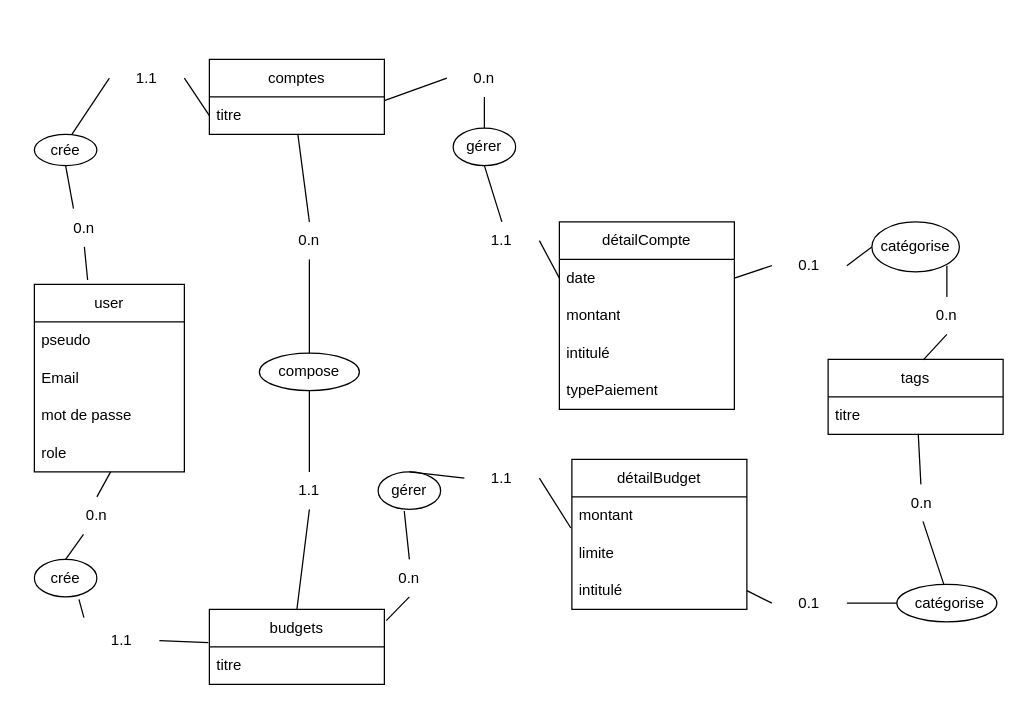
Before: api/doc/mcd-mld-mpd/mcd.drawio in johanrechtenstein/LaPince, a draw.io diagram. Source tidied: cells renumbered, new cells numbered last; positions are measured from the earlier drawing's top-left corner, leaving out a move shared by most shapes. Both pictures are drawn from the tidied source at 125%, with x=0, y=0 at pixel (34, 59).
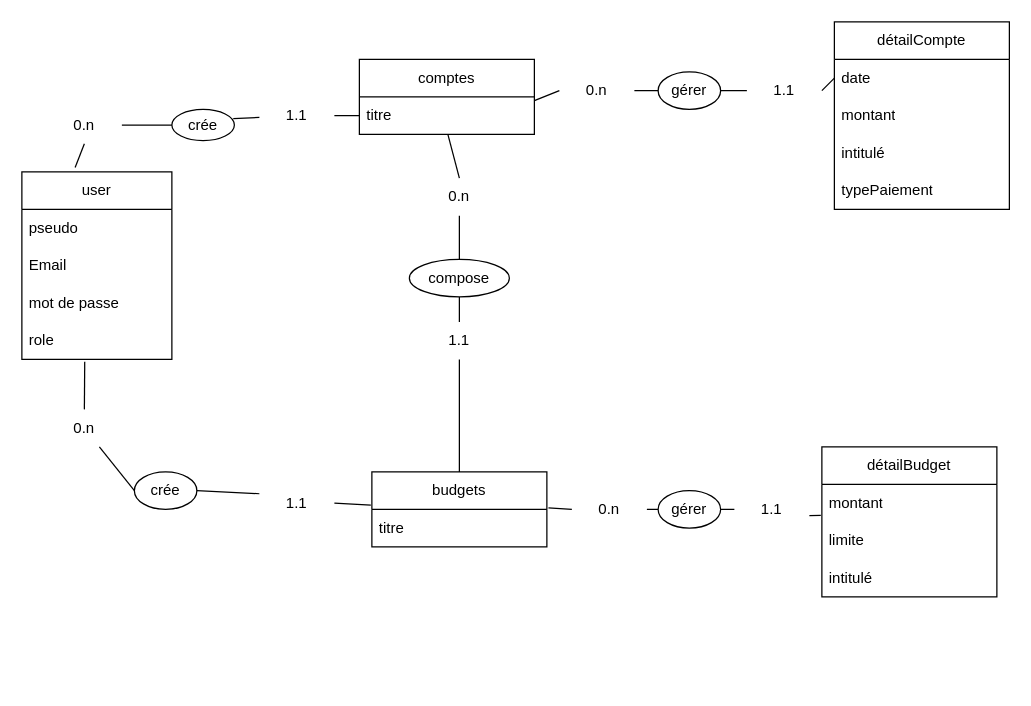
The same page after the edit.

The change refers to these unchanged cells:
```xml
<mxCell id="8" value="role" style="text;strokeColor=none;fillColor=none;align=left;verticalAlign=middle;spacingLeft=4;spacingRight=4;overflow=hidden;points=[[0,0.5],[1,0.5]];portConstraint=eastwest;whiteSpace=wrap;html=1;" parent="4" vertex="1">
  <mxGeometry y="120" width="120" height="30" as="geometry" />
</mxCell>
<mxCell id="12" value="titre" style="text;strokeColor=none;fillColor=none;align=left;verticalAlign=middle;spacingLeft=4;spacingRight=4;overflow=hidden;points=[[0,0.5],[1,0.5]];portConstraint=eastwest;whiteSpace=wrap;html=1;" parent="11" vertex="1">
  <mxGeometry y="30" width="140" height="30" as="geometry" />
</mxCell>
<mxCell id="14" value="date" style="text;strokeColor=none;fillColor=none;align=left;verticalAlign=middle;spacingLeft=4;spacingRight=4;overflow=hidden;points=[[0,0.5],[1,0.5]];portConstraint=eastwest;whiteSpace=wrap;html=1;" parent="13" vertex="1">
  <mxGeometry y="30" width="140" height="30" as="geometry" />
</mxCell>
<mxCell id="19" value="montant" style="text;strokeColor=none;fillColor=none;align=left;verticalAlign=middle;spacingLeft=4;spacingRight=4;overflow=hidden;points=[[0,0.5],[1,0.5]];portConstraint=eastwest;whiteSpace=wrap;html=1;" parent="18" vertex="1">
  <mxGeometry y="30" width="140" height="30" as="geometry" />
</mxCell>
<mxCell id="21" value="intitulé" style="text;strokeColor=none;fillColor=none;align=left;verticalAlign=middle;spacingLeft=4;spacingRight=4;overflow=hidden;points=[[0,0.5],[1,0.5]];portConstraint=eastwest;whiteSpace=wrap;html=1;" parent="18" vertex="1">
  <mxGeometry y="90" width="140" height="30" as="geometry" />
</mxCell>
```

What changed in the source:
```diff
@@
-    <mxCell id="2" value="tags" style="swimlane;fontStyle=0;horizontal=1;startSize=30;whiteSpace=wrap;html=1;" parent="1" vertex="1">
-      <mxGeometry x="635" y="240" width="140" height="60" as="geometry" />
-    </mxCell>
-    <mxCell id="3" value="titre" style="text;strokeColor=none;fillColor=none;align=left;verticalAlign=middle;spacingLeft=4;spacingRight=4;overflow=hidden;points=[[0,0.5],[1,0.5]];portConstraint=eastwest;whiteSpace=wrap;html=1;" parent="2" vertex="1">
-      <mxGeometry y="30" width="140" height="30" as="geometry" />
-    </mxCell>
     <mxCell id="4" value="user" style="swimlane;fontStyle=0;horizontal=1;startSize=30;whiteSpace=wrap;html=1;" parent="1" vertex="1">
-      <mxGeometry y="180" width="120" height="150" as="geometry" />
+      <mxGeometry x="-10" y="90" width="120" height="150" as="geometry" />
     </mxCell>
@@
     <mxCell id="9" value="comptes" style="swimlane;fontStyle=0;horizontal=1;startSize=30;whiteSpace=wrap;html=1;" parent="1" vertex="1">
-      <mxGeometry x="140" width="140" height="60" as="geometry" />
+      <mxGeometry x="260" width="140" height="60" as="geometry" />
     </mxCell>
@@
     <mxCell id="11" value="budgets" style="swimlane;fontStyle=0;horizontal=1;startSize=30;whiteSpace=wrap;html=1;" parent="1" vertex="1">
-      <mxGeometry x="140" y="440" width="140" height="60" as="geometry" />
+      <mxGeometry x="270" y="330" width="140" height="60" as="geometry" />
     </mxCell>
@@
     <mxCell id="13" value="détailCompte" style="swimlane;fontStyle=0;horizontal=1;startSize=30;whiteSpace=wrap;html=1;" parent="1" vertex="1">
-      <mxGeometry x="420" y="130" width="140" height="150" as="geometry" />
+      <mxGeometry x="640" y="-30" width="140" height="150" as="geometry" />
     </mxCell>
@@
     <mxCell id="18" value="détailBudget" style="swimlane;fontStyle=0;horizontal=1;startSize=30;whiteSpace=wrap;html=1;" parent="1" vertex="1">
-      <mxGeometry x="430" y="320" width="140" height="120" as="geometry" />
+      <mxGeometry x="630" y="310" width="140" height="120" as="geometry" />
     </mxCell>
@@
     <mxCell id="22" value="crée" style="ellipse;whiteSpace=wrap;html=1;" parent="1" vertex="1">
-      <mxGeometry y="400" width="50" height="30" as="geometry" />
+      <mxGeometry x="80" y="330" width="50" height="30" as="geometry" />
     </mxCell>
     <mxCell id="23" value="crée" style="ellipse;whiteSpace=wrap;html=1;" parent="1" vertex="1">
-      <mxGeometry y="60" width="50" height="25" as="geometry" />
+      <mxGeometry x="110" y="40" width="50" height="25" as="geometry" />
     </mxCell>
     <mxCell id="24" value="gérer" style="ellipse;whiteSpace=wrap;html=1;" parent="1" vertex="1">
-      <mxGeometry x="335" y="55" width="50" height="30" as="geometry" />
+      <mxGeometry x="499" y="10" width="50" height="30" as="geometry" />
     </mxCell>
     <mxCell id="25" value="gérer" style="ellipse;whiteSpace=wrap;html=1;" parent="1" vertex="1">
-      <mxGeometry x="275" y="330" width="50" height="30" as="geometry" />
+      <mxGeometry x="499" y="345" width="50" height="30" as="geometry" />
     </mxCell>
-    <mxCell id="26" style="ellipse;whiteSpace=wrap;html=1;" parent="1" vertex="1">
-      <mxGeometry x="670" y="130" width="70" height="40" as="geometry" />
-    </mxCell>
-    <mxCell id="27" style="ellipse;whiteSpace=wrap;html=1;" parent="1" vertex="1">
-      <mxGeometry x="690" y="420" width="80" height="30" as="geometry" />
-    </mxCell>
-    <mxCell id="28" value="catégorise" style="text;html=1;align=center;verticalAlign=middle;whiteSpace=wrap;rounded=0;" parent="1" vertex="1">
-      <mxGeometry x="690" y="420" width="85" height="30" as="geometry" />
-    </mxCell>
-    <mxCell id="29" value="catégorise" style="text;html=1;align=center;verticalAlign=middle;whiteSpace=wrap;rounded=0;" parent="1" vertex="1">
-      <mxGeometry x="680" y="135" width="50" height="30" as="geometry" />
-    </mxCell>
     <mxCell id="30" style="ellipse;whiteSpace=wrap;html=1;" parent="1" vertex="1">
-      <mxGeometry x="180" y="235" width="80" height="30" as="geometry" />
+      <mxGeometry x="300" y="160" width="80" height="30" as="geometry" />
     </mxCell>
     <mxCell id="31" value="compose" style="text;html=1;align=center;verticalAlign=middle;whiteSpace=wrap;rounded=0;" parent="1" vertex="1">
-      <mxGeometry x="190" y="235" width="60" height="30" as="geometry" />
+      <mxGeometry x="310" y="160" width="60" height="30" as="geometry" />
     </mxCell>
-    <mxCell id="32" style="endArrow=none;html=1;entryX=0;entryY=0.5;entryDx=0;entryDy=0;exitX=1;exitY=0.5;exitDx=0;exitDy=0;" parent="1" edge="1" source="49">
+    <mxCell id="32" style="endArrow=none;html=1;entryX=0;entryY=0.5;entryDx=0;entryDy=0;exitX=1;exitY=0.5;exitDx=0;exitDy=0;" parent="1" edge="1">
       <mxGeometry relative="1" as="geometry">
-        <mxPoint x="140" y="45" as="targetPoint" />
+        <mxPoint x="240" y="45" as="sourcePoint" />
+        <mxPoint x="260" y="45" as="targetPoint" />
       </mxGeometry>
     </mxCell>
-    <mxCell id="33" style="endArrow=none;html=1;exitX=0.355;exitY=-0.023;exitDx=0;exitDy=0;exitPerimeter=0;entryX=0.5;entryY=1;entryDx=0;entryDy=0;" parent="1" edge="1" source="47" target="23">
+    <mxCell id="33" style="endArrow=none;html=1;exitX=1;exitY=0.5;exitDx=0;exitDy=0;entryX=0;entryY=0.5;entryDx=0;entryDy=0;" parent="1" edge="1" source="47" target="23">
       <mxGeometry relative="1" as="geometry" />
     </mxCell>
-    <mxCell id="34" style="endArrow=none;html=1;entryX=0.5;entryY=0;entryDx=0;entryDy=0;" parent="1" edge="1" source="51" target="22">
+    <mxCell id="34" style="endArrow=none;html=1;entryX=0;entryY=0.5;entryDx=0;entryDy=0;" parent="1" edge="1" source="51" target="22">
       <mxGeometry relative="1" as="geometry" />
     </mxCell>
@@
     <mxCell id="37" style="endArrow=none;html=1;exitX=0.5;exitY=0;exitDx=0;exitDy=0;" parent="1" edge="1" source="57">
       <mxGeometry relative="1" as="geometry">
-        <mxPoint x="210.8" y="60" as="targetPoint" />
+        <mxPoint x="330.8" y="60" as="targetPoint" />
       </mxGeometry>
     </mxCell>
-    <mxCell id="38" style="endArrow=none;html=1;entryX=0.5;entryY=0;entryDx=0;entryDy=0;" parent="1" edge="1" source="59" target="24">
+    <mxCell id="38" style="endArrow=none;html=1;entryX=0;entryY=0.5;entryDx=0;entryDy=0;" parent="1" edge="1" source="59" target="24">
       <mxGeometry relative="1" as="geometry" />
     </mxCell>
@@
-    <mxCell id="40" style="endArrow=none;html=1;exitX=0.5;exitY=0;exitDx=0;exitDy=0;entryX=0.418;entryY=1.043;entryDx=0;entryDy=0;entryPerimeter=0;" parent="1" edge="1" source="63" target="25">
+    <mxCell id="40" style="endArrow=none;html=1;exitX=1;exitY=0.5;exitDx=0;exitDy=0;entryX=0;entryY=0.5;entryDx=0;entryDy=0;" parent="1" edge="1" source="63" target="25">
       <mxGeometry relative="1" as="geometry" />
     </mxCell>
-    <mxCell id="41" style="endArrow=none;html=1;exitX=1;exitY=0.5;exitDx=0;exitDy=0;entryX=-0.006;entryY=0.829;entryDx=0;entryDy=0;entryPerimeter=0;" parent="1" edge="1" source="65" target="19">
-      <mxGeometry relative="1" as="geometry" />
+    <mxCell id="41" style="endArrow=none;html=1;exitX=1;exitY=0.5;exitDx=0;exitDy=0;entryX=-0.006;entryY=0.829;entryDx=0;entryDy=0;entryPerimeter=0;" parent="1" edge="1" target="19">
+      <mxGeometry relative="1" as="geometry">
+        <mxPoint x="620" y="365" as="sourcePoint" />
+      </mxGeometry>
     </mxCell>
-    <mxCell id="42" style="endArrow=none;html=1;entryX=0;entryY=0.5;entryDx=0;entryDy=0;exitX=1;exitY=0.5;exitDx=0;exitDy=0;" parent="1" edge="1" source="67" target="26">
-      <mxGeometry relative="1" as="geometry" />
-    </mxCell>
-    <mxCell id="43" style="endArrow=none;html=1;entryX=1;entryY=1;entryDx=0;entryDy=0;exitX=0.5;exitY=0;exitDx=0;exitDy=0;" parent="1" edge="1" source="70" target="29">
-      <mxGeometry relative="1" as="geometry" />
-    </mxCell>
-    <mxCell id="44" style="endArrow=none;html=1;entryX=0.515;entryY=0.986;entryDx=0;entryDy=0;entryPerimeter=0;" parent="1" edge="1" source="73" target="3">
-      <mxGeometry relative="1" as="geometry" />
-    </mxCell>
-    <mxCell id="45" style="endArrow=none;html=1;exitX=1;exitY=0.5;exitDx=0;exitDy=0;" parent="1" edge="1" source="69" target="28">
-      <mxGeometry relative="1" as="geometry" />
-    </mxCell>
@@
     <mxCell id="47" value="0.n" style="text;html=1;align=center;verticalAlign=middle;whiteSpace=wrap;rounded=0;" parent="1" vertex="1">
-      <mxGeometry x="10" y="120" width="60" height="30" as="geometry" />
+      <mxGeometry x="10" y="37.5" width="60" height="30" as="geometry" />
     </mxCell>
-    <mxCell id="48" style="endArrow=none;html=1;entryX=0;entryY=0.5;entryDx=0;entryDy=0;" parent="1" edge="1" target="49">
-      <mxGeometry relative="1" as="geometry">
-        <mxPoint x="30" y="60" as="sourcePoint" />
-      </mxGeometry>
+    <mxCell id="48" style="endArrow=none;html=1;exitX=0.982;exitY=0.295;exitDx=0;exitDy=0;exitPerimeter=0;" parent="1" edge="1" source="23" target="49">
+      <mxGeometry relative="1" as="geometry" />
     </mxCell>
     <mxCell id="49" value="1.1" style="text;html=1;align=center;verticalAlign=middle;whiteSpace=wrap;rounded=0;" parent="1" vertex="1">
-      <mxGeometry x="60" width="60" height="30" as="geometry" />
+      <mxGeometry x="180" y="30" width="60" height="30" as="geometry" />
     </mxCell>
-    <mxCell id="50" style="endArrow=none;html=1;entryX=0.5;entryY=0;entryDx=0;entryDy=0;" parent="1" edge="1" target="51">
-      <mxGeometry relative="1" as="geometry">
-        <mxPoint x="61" y="330" as="sourcePoint" />
-      </mxGeometry>
+    <mxCell id="50" style="endArrow=none;html=1;entryX=0.5;entryY=0;entryDx=0;entryDy=0;exitX=0.419;exitY=1.062;exitDx=0;exitDy=0;exitPerimeter=0;" parent="1" edge="1" source="8" target="51">
+      <mxGeometry relative="1" as="geometry" />
     </mxCell>
     <mxCell id="51" value="0.n" style="text;html=1;align=center;verticalAlign=middle;whiteSpace=wrap;rounded=0;" parent="1" vertex="1">
-      <mxGeometry x="20" y="350" width="60" height="30" as="geometry" />
+      <mxGeometry x="10" y="280" width="60" height="30" as="geometry" />
     </mxCell>
-    <mxCell id="52" style="endArrow=none;html=1;exitX=0.713;exitY=1.065;exitDx=0;exitDy=0;exitPerimeter=0;entryX=-0.006;entryY=-0.112;entryDx=0;entryDy=0;entryPerimeter=0;" parent="1" edge="1" source="22" target="53">
+    <mxCell id="52" style="endArrow=none;html=1;exitX=1;exitY=0.5;exitDx=0;exitDy=0;entryX=0;entryY=0.25;entryDx=0;entryDy=0;" parent="1" edge="1" source="22" target="53">
       <mxGeometry relative="1" as="geometry" />
     </mxCell>
     <mxCell id="53" value="1.1" style="text;html=1;align=center;verticalAlign=middle;whiteSpace=wrap;rounded=0;" parent="1" vertex="1">
-      <mxGeometry x="40" y="450" width="60" height="30" as="geometry" />
+      <mxGeometry x="180" y="340" width="60" height="30" as="geometry" />
     </mxCell>
@@
     <mxCell id="55" value="1.1" style="text;html=1;align=center;verticalAlign=middle;whiteSpace=wrap;rounded=0;" parent="1" vertex="1">
-      <mxGeometry x="190" y="330" width="60" height="30" as="geometry" />
+      <mxGeometry x="310" y="210" width="60" height="30" as="geometry" />
     </mxCell>
@@
     <mxCell id="57" value="0.n" style="text;html=1;align=center;verticalAlign=middle;whiteSpace=wrap;rounded=0;" parent="1" vertex="1">
-      <mxGeometry x="190" y="130" width="60" height="30" as="geometry" />
+      <mxGeometry x="310" y="95" width="60" height="30" as="geometry" />
     </mxCell>
     <mxCell id="58" style="endArrow=none;html=1;entryX=0;entryY=0.5;entryDx=0;entryDy=0;" parent="1" edge="1" target="59">
       <mxGeometry relative="1" as="geometry">
-        <mxPoint x="280" y="33" as="sourcePoint" />
+        <mxPoint x="400" y="33" as="sourcePoint" />
       </mxGeometry>
     </mxCell>
     <mxCell id="59" value="0.n" style="text;html=1;align=center;verticalAlign=middle;whiteSpace=wrap;rounded=0;" parent="1" vertex="1">
-      <mxGeometry x="330" width="60" height="30" as="geometry" />
+      <mxGeometry x="420" y="10" width="60" height="30" as="geometry" />
     </mxCell>
-    <mxCell id="60" style="endArrow=none;html=1;exitX=0.5;exitY=1;exitDx=0;exitDy=0;entryX=0.5;entryY=0;entryDx=0;entryDy=0;" parent="1" edge="1" source="24" target="61">
+    <mxCell id="60" style="endArrow=none;html=1;exitX=1;exitY=0.5;exitDx=0;exitDy=0;entryX=0;entryY=0.5;entryDx=0;entryDy=0;" parent="1" edge="1" source="24" target="61">
       <mxGeometry relative="1" as="geometry" />
     </mxCell>
     <mxCell id="61" value="1.1" style="text;html=1;align=center;verticalAlign=middle;whiteSpace=wrap;rounded=0;" parent="1" vertex="1">
-      <mxGeometry x="344" y="130" width="60" height="30" as="geometry" />
+      <mxGeometry x="570" y="10" width="60" height="30" as="geometry" />
     </mxCell>
-    <mxCell id="62" style="endArrow=none;html=1;exitX=1.011;exitY=-0.033;exitDx=0;exitDy=0;exitPerimeter=0;entryX=0.5;entryY=1;entryDx=0;entryDy=0;" parent="1" edge="1" target="63">
-      <mxGeometry relative="1" as="geometry">
-        <mxPoint x="281.5" y="449" as="sourcePoint" />
-      </mxGeometry>
+    <mxCell id="62" style="endArrow=none;html=1;exitX=1.009;exitY=-0.043;exitDx=0;exitDy=0;exitPerimeter=0;entryX=0;entryY=0.5;entryDx=0;entryDy=0;" parent="1" edge="1" source="12" target="63">
+      <mxGeometry relative="1" as="geometry" />
     </mxCell>
     <mxCell id="63" value="0.n" style="text;html=1;align=center;verticalAlign=middle;whiteSpace=wrap;rounded=0;" parent="1" vertex="1">
-      <mxGeometry x="270" y="400" width="60" height="30" as="geometry" />
+      <mxGeometry x="430" y="345" width="60" height="30" as="geometry" />
     </mxCell>
-    <mxCell id="64" style="endArrow=none;html=1;exitX=0.5;exitY=0;exitDx=0;exitDy=0;entryX=0;entryY=0.5;entryDx=0;entryDy=0;" parent="1" edge="1" source="25" target="65">
+    <mxCell id="64" style="endArrow=none;html=1;exitX=1;exitY=0.5;exitDx=0;exitDy=0;entryX=0;entryY=0.5;entryDx=0;entryDy=0;" parent="1" edge="1" source="25" target="65">
       <mxGeometry relative="1" as="geometry" />
     </mxCell>
     <mxCell id="65" value="1.1" style="text;html=1;align=center;verticalAlign=middle;whiteSpace=wrap;rounded=0;" parent="1" vertex="1">
-      <mxGeometry x="344" y="320" width="60" height="30" as="geometry" />
+      <mxGeometry x="560" y="345" width="60" height="30" as="geometry" />
     </mxCell>
-    <mxCell id="66" style="endArrow=none;html=1;entryX=0;entryY=0.5;entryDx=0;entryDy=0;exitX=1;exitY=0.5;exitDx=0;exitDy=0;" parent="1" edge="1" source="14" target="67">
-      <mxGeometry relative="1" as="geometry" />
-    </mxCell>
-    <mxCell id="67" value="0.1" style="text;html=1;align=center;verticalAlign=middle;whiteSpace=wrap;rounded=0;" parent="1" vertex="1">
-      <mxGeometry x="590" y="150" width="60" height="30" as="geometry" />
-    </mxCell>
-    <mxCell id="68" style="endArrow=none;html=1;entryX=0;entryY=0.5;entryDx=0;entryDy=0;exitX=1;exitY=0.5;exitDx=0;exitDy=0;" parent="1" edge="1" source="21" target="69">
-      <mxGeometry relative="1" as="geometry" />
-    </mxCell>
-    <mxCell id="69" value="0.1" style="text;html=1;align=center;verticalAlign=middle;whiteSpace=wrap;rounded=0;" parent="1" vertex="1">
-      <mxGeometry x="590" y="420" width="60" height="30" as="geometry" />
-    </mxCell>
-    <mxCell id="70" value="0.n" style="text;html=1;align=center;verticalAlign=middle;whiteSpace=wrap;rounded=0;" parent="1" vertex="1">
-      <mxGeometry x="700" y="190" width="60" height="30" as="geometry" />
-    </mxCell>
-    <mxCell id="71" style="endArrow=none;html=1;entryX=0.5;entryY=1;entryDx=0;entryDy=0;exitX=0.544;exitY=0.006;exitDx=0;exitDy=0;exitPerimeter=0;" parent="1" edge="1" source="2" target="70">
-      <mxGeometry relative="1" as="geometry" />
-    </mxCell>
-    <mxCell id="72" style="endArrow=none;html=1;entryX=0.515;entryY=0.986;entryDx=0;entryDy=0;entryPerimeter=0;" parent="1" edge="1" source="28" target="73">
-      <mxGeometry relative="1" as="geometry" />
-    </mxCell>
-    <mxCell id="73" value="0.n" style="text;html=1;align=center;verticalAlign=middle;whiteSpace=wrap;rounded=0;" parent="1" vertex="1">
-      <mxGeometry x="680" y="340" width="60" height="30" as="geometry" />
-    </mxCell>
```
